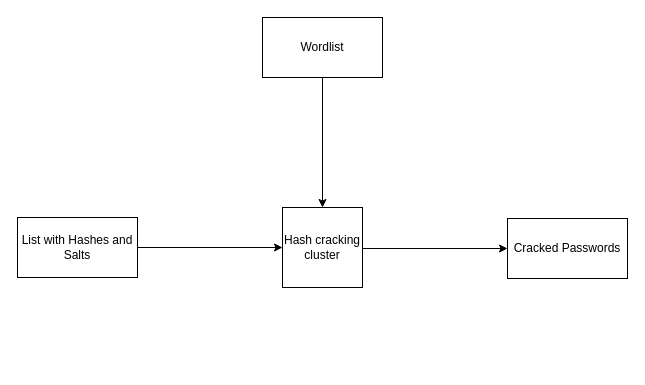
The draw.io diagram figures/reqspec_figure/reqspec_figure.drawio in Niclasapdk/ESD3_project, before the edit. Source tidied: cells renumbered, new cells numbered last; positions are measured from the earlier drawing's top-left corner, leaving out a move shared by most shapes. Both pictures are drawn from the tidied source at 100%, with x=0, y=0 at pixel (17, 17).
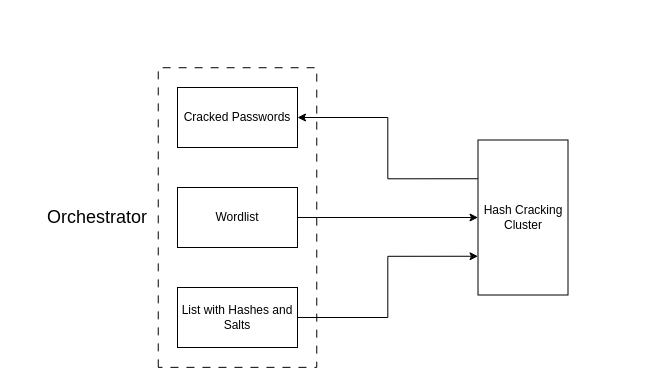
After the change.

What changed in the source:
```diff
@@
 <mxGraphModel>
   <root>
     <mxCell id="0" />
     <mxCell id="1" parent="0" />
-    <mxCell id="2" style="edgeStyle=orthogonalEdgeStyle;rounded=0;jettySize=auto;html=1;entryX=0;entryY=0.5;entryDx=0;entryDy=0;" parent="1" edge="1" source="3" target="5">
-      <mxGeometry relative="1" as="geometry" />
-    </mxCell>
+    <mxCell id="9" style="edgeStyle=orthogonalEdgeStyle;rounded=0;jettySize=auto;html=1;entryX=0.75;entryY=1;entryDx=0;entryDy=0;" parent="1" edge="1" source="3" target="12">
+      <mxGeometry relative="1" as="geometry" />
+    </mxCell>
     <mxCell id="3" value="List with Hashes and Salts" style="rounded=0;whiteSpace=wrap;html=1;" parent="1" vertex="1">
-      <mxGeometry y="200" width="120" height="60" as="geometry" />
+      <mxGeometry x="160" y="270" width="120" height="60" as="geometry" />
     </mxCell>
-    <mxCell id="4" style="edgeStyle=orthogonalEdgeStyle;rounded=0;jettySize=auto;html=1;entryX=0;entryY=0.5;entryDx=0;entryDy=0;" parent="1" edge="1" source="5" target="6">
-      <mxGeometry relative="1" as="geometry">
-        <Array as="points">
-          <mxPoint x="490" y="230" />
-        </Array>
-      </mxGeometry>
-    </mxCell>
-    <mxCell id="5" value="Hash cracking cluster" style="whiteSpace=wrap;html=1;" parent="1" vertex="1">
-      <mxGeometry x="265" y="190" width="80" height="80" as="geometry" />
-    </mxCell>
+    <mxCell id="10" style="edgeStyle=orthogonalEdgeStyle;rounded=0;jettySize=auto;html=1;entryX=0.25;entryY=1;entryDx=0;entryDy=0;startArrow=classic;startFill=1;endArrow=none;endFill=0;" parent="1" edge="1" source="6" target="12">
+      <mxGeometry relative="1" as="geometry" />
+    </mxCell>
     <mxCell id="6" value="Cracked Passwords" style="rounded=0;whiteSpace=wrap;html=1;" parent="1" vertex="1">
-      <mxGeometry x="490" y="201" width="120" height="60" as="geometry" />
+      <mxGeometry x="160" y="70" width="120" height="60" as="geometry" />
     </mxCell>
-    <mxCell id="7" style="edgeStyle=orthogonalEdgeStyle;rounded=0;jettySize=auto;html=1;entryX=0.5;entryY=0;entryDx=0;entryDy=0;" parent="1" edge="1" source="8" target="5">
-      <mxGeometry relative="1" as="geometry" />
-    </mxCell>
+    <mxCell id="11" style="edgeStyle=orthogonalEdgeStyle;rounded=0;jettySize=auto;html=1;entryX=0;entryY=0.5;entryDx=0;entryDy=0;" parent="1" edge="1" source="8" target="13">
+      <mxGeometry relative="1" as="geometry" />
+    </mxCell>
     <mxCell id="8" value="Wordlist" style="rounded=0;whiteSpace=wrap;html=1;" parent="1" vertex="1">
-      <mxGeometry x="245" width="120" height="60" as="geometry" />
+      <mxGeometry x="160" y="170" width="120" height="60" as="geometry" />
     </mxCell>
+    <mxCell id="12" style="rounded=0;whiteSpace=wrap;html=1;rotation=90;" parent="1" vertex="1">
+      <mxGeometry x="428" y="155" width="155" height="90" as="geometry" />
+    </mxCell>
+    <mxCell id="13" value="Hash Cracking Cluster" style="text;html=1;strokeColor=none;fillColor=none;align=center;verticalAlign=middle;whiteSpace=wrap;rounded=0;" parent="1" vertex="1">
+      <mxGeometry x="460.5" y="177.5" width="90" height="45" as="geometry" />
+    </mxCell>
+    <mxCell id="14" style="rounded=0;whiteSpace=wrap;html=1;dashed=1;dashPattern=8 8;rotation=-90;fillColor=none;" parent="1" vertex="1">
+      <mxGeometry x="70.2" y="120.8" width="299.6" height="158.5" as="geometry" />
+    </mxCell>
+    <mxCell id="15" value="&lt;font style=&quot;font-size: 18px;&quot;&gt;Orchestrator&lt;/font&gt;" style="text;html=1;strokeColor=none;fillColor=none;align=center;verticalAlign=middle;whiteSpace=wrap;rounded=0;" parent="1" vertex="1">
+      <mxGeometry x="50" y="185" width="60" height="30" as="geometry" />
+    </mxCell>
   </root>
 </mxGraphModel>
```
